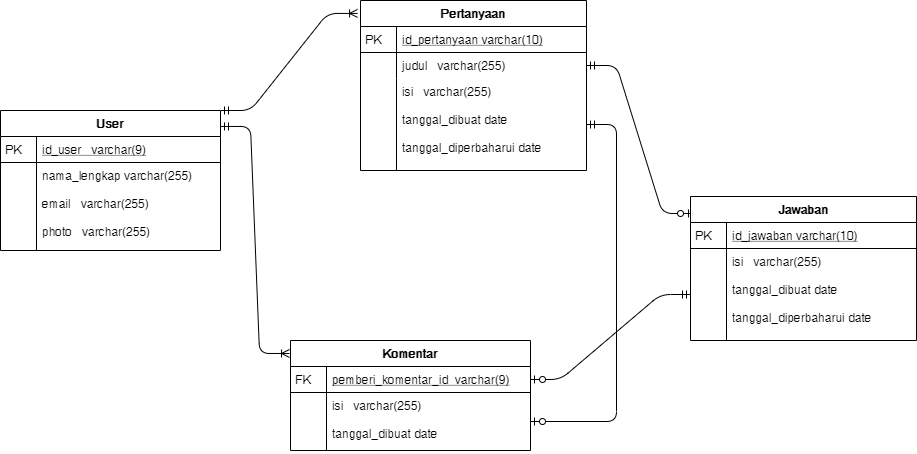
The draw.io diagram Larahub_ERD.png in XGeel/erd, before a commit. Source tidied: cells renumbered, new cells last; positions are measured from the earlier drawing's top-left corner, leaving out a move shared by most shapes. The source it was exported from:
```xml
<mxGraphModel>
  <root>
    <mxCell id="0" />
    <mxCell id="1" parent="0" />
    <mxCell id="2" style="edgeStyle=entityRelationEdgeStyle;fontSize=12;html=1;endArrow=ERoneToMany;startArrow=ERmandOne;entryX=-0.004;entryY=0.118;entryDx=0;entryDy=0;entryPerimeter=0;exitX=1;exitY=0.114;exitDx=0;exitDy=0;exitPerimeter=0;" parent="1" edge="1" source="5" target="10">
      <mxGeometry relative="1" as="geometry" />
    </mxCell>
    <mxCell id="3" style="edgeStyle=entityRelationEdgeStyle;fontSize=12;html=1;endArrow=ERoneToMany;startArrow=ERmandOne;exitX=1;exitY=0;exitDx=0;exitDy=0;entryX=-0.013;entryY=0.076;entryDx=0;entryDy=0;entryPerimeter=0;" parent="1" edge="1" source="5" target="17">
      <mxGeometry relative="1" as="geometry" />
    </mxCell>
    <mxCell id="4" style="edgeStyle=entityRelationEdgeStyle;fontSize=12;html=1;endArrow=ERzeroToOne;startArrow=ERmandOne;exitX=1;exitY=0.5;exitDx=0;exitDy=0;entryX=0.009;entryY=0.118;entryDx=0;entryDy=0;entryPerimeter=0;" parent="1" edge="1" source="20" target="24">
      <mxGeometry relative="1" as="geometry" />
    </mxCell>
    <mxCell id="5" value="User" style="swimlane;fontStyle=1;horizontal=1;startSize=26;rounded=0;shadow=0;strokeWidth=1;" parent="1" vertex="1">
      <mxGeometry y="110" width="220" height="140" as="geometry" />
    </mxCell>
    <mxCell id="6" value="id_user   varchar(9)" style="shape=partialRectangle;top=0;left=0;right=0;bottom=1;align=left;verticalAlign=top;fillColor=none;spacingLeft=40;spacingRight=4;overflow=hidden;points=[[0,0.5],[1,0.5]];portConstraint=eastwest;rounded=0;shadow=0;strokeWidth=1;fontStyle=4;" parent="5" vertex="1">
      <mxGeometry y="26" width="220" height="26" as="geometry" />
    </mxCell>
    <mxCell id="7" value="PK" style="shape=partialRectangle;top=0;left=0;bottom=0;fillColor=none;align=left;verticalAlign=top;spacingLeft=4;spacingRight=4;overflow=hidden;" parent="6" vertex="1">
      <mxGeometry width="36" height="26" as="geometry" />
    </mxCell>
    <mxCell id="8" value="nama_lengkap varchar(255)&#10;&#10;email   varchar(255)&#10;&#10;photo   varchar(255)&#10;" style="shape=partialRectangle;top=0;left=0;right=0;bottom=0;align=left;verticalAlign=top;fillColor=none;spacingLeft=40;spacingRight=4;overflow=hidden;rounded=0;shadow=0;strokeWidth=1;" parent="5" vertex="1">
      <mxGeometry y="52" width="220" height="88" as="geometry" />
    </mxCell>
    <mxCell id="9" style="shape=partialRectangle;top=0;left=0;bottom=0;fillColor=none;align=left;verticalAlign=top;spacingLeft=4;spacingRight=4;overflow=hidden;" parent="8" vertex="1">
      <mxGeometry width="36" height="88" as="geometry" />
    </mxCell>
    <mxCell id="10" value="Komentar" style="swimlane;fontStyle=1;horizontal=1;startSize=26;rounded=0;shadow=0;strokeWidth=1;" parent="1" vertex="1">
      <mxGeometry x="290" y="340" width="240" height="110" as="geometry" />
    </mxCell>
    <mxCell id="11" value="pemberi_komentar_id  varchar(9)" style="shape=partialRectangle;top=0;left=0;right=0;bottom=1;align=left;verticalAlign=top;fillColor=none;spacingLeft=40;spacingRight=4;overflow=hidden;points=[[0,0.5],[1,0.5]];portConstraint=eastwest;rounded=0;shadow=0;strokeWidth=1;fontStyle=4;" parent="10" vertex="1">
      <mxGeometry y="26" width="240" height="26" as="geometry" />
    </mxCell>
    <mxCell id="12" value="FK" style="shape=partialRectangle;top=0;left=0;bottom=0;fillColor=none;align=left;verticalAlign=top;spacingLeft=4;spacingRight=4;overflow=hidden;" parent="11" vertex="1">
      <mxGeometry width="36" height="26" as="geometry" />
    </mxCell>
    <mxCell id="13" value="isi   varchar(255)&#10;&#10;tanggal_dibuat date" style="shape=partialRectangle;top=0;left=0;right=0;bottom=0;align=left;verticalAlign=top;fillColor=none;spacingLeft=40;spacingRight=4;overflow=hidden;points=[[0,0.5],[1,0.5]];portConstraint=eastwest;rounded=0;shadow=0;strokeWidth=1;" parent="10" vertex="1">
      <mxGeometry y="52" width="240" height="58" as="geometry" />
    </mxCell>
    <mxCell id="14" style="shape=partialRectangle;top=0;left=0;bottom=0;fillColor=none;align=left;verticalAlign=top;spacingLeft=4;spacingRight=4;overflow=hidden;" parent="13" vertex="1">
      <mxGeometry width="36" height="58" as="geometry" />
    </mxCell>
    <mxCell id="15" style="edgeStyle=entityRelationEdgeStyle;fontSize=12;html=1;endArrow=ERzeroToOne;startArrow=ERmandOne;" parent="1" edge="1" source="27" target="11">
      <mxGeometry relative="1" as="geometry" />
    </mxCell>
    <mxCell id="16" style="edgeStyle=entityRelationEdgeStyle;fontSize=12;html=1;endArrow=ERzeroToOne;startArrow=ERmandOne;exitX=1;exitY=0.5;exitDx=0;exitDy=0;jumpStyle=none;rounded=1;" parent="1" edge="1" source="22" target="13">
      <mxGeometry relative="1" as="geometry" />
    </mxCell>
    <mxCell id="17" value="Pertanyaan" style="swimlane;fontStyle=1;horizontal=1;startSize=26;rounded=0;shadow=0;strokeWidth=1;" parent="1" vertex="1">
      <mxGeometry x="360" width="226" height="170" as="geometry" />
    </mxCell>
    <mxCell id="18" value="id_pertanyaan varchar(10)" style="shape=partialRectangle;top=0;left=0;right=0;bottom=1;align=left;verticalAlign=top;fillColor=none;spacingLeft=40;spacingRight=4;overflow=hidden;rounded=0;shadow=0;strokeWidth=1;fontStyle=4;" parent="17" vertex="1">
      <mxGeometry y="26" width="226" height="26" as="geometry" />
    </mxCell>
    <mxCell id="19" value="PK" style="shape=partialRectangle;top=0;left=0;bottom=0;fillColor=none;align=left;verticalAlign=top;spacingLeft=4;spacingRight=4;overflow=hidden;" parent="18" vertex="1">
      <mxGeometry width="36" height="26" as="geometry" />
    </mxCell>
    <mxCell id="20" value="judul   varchar(255)" style="shape=partialRectangle;top=0;left=0;right=0;bottom=0;align=left;verticalAlign=top;fillColor=none;spacingLeft=40;spacingRight=4;overflow=hidden;points=[[0,0.5],[1,0.5]];portConstraint=eastwest;rounded=0;shadow=0;strokeWidth=1;" parent="17" vertex="1">
      <mxGeometry y="52" width="226" height="26" as="geometry" />
    </mxCell>
    <mxCell id="21" style="shape=partialRectangle;top=0;left=0;bottom=0;fillColor=none;align=left;verticalAlign=top;spacingLeft=4;spacingRight=4;overflow=hidden;" parent="20" vertex="1">
      <mxGeometry width="36" height="26" as="geometry" />
    </mxCell>
    <mxCell id="22" value="isi   varchar(255)&#10;&#10;tanggal_dibuat date&#10;&#10;tanggal_diperbaharui date" style="shape=partialRectangle;top=0;left=0;right=0;bottom=0;align=left;verticalAlign=top;fillColor=none;spacingLeft=40;spacingRight=4;overflow=hidden;points=[[0,0.5],[1,0.5]];portConstraint=eastwest;rounded=0;shadow=0;strokeWidth=1;" parent="17" vertex="1">
      <mxGeometry y="78" width="226" height="92" as="geometry" />
    </mxCell>
    <mxCell id="23" style="shape=partialRectangle;top=0;left=0;bottom=0;fillColor=none;align=left;verticalAlign=top;spacingLeft=4;spacingRight=4;overflow=hidden;" parent="22" vertex="1">
      <mxGeometry width="36" height="92" as="geometry" />
    </mxCell>
    <mxCell id="24" value="Jawaban" style="swimlane;fontStyle=1;horizontal=1;startSize=26;rounded=0;shadow=0;strokeWidth=1;" parent="1" vertex="1">
      <mxGeometry x="690" y="196" width="226" height="144" as="geometry" />
    </mxCell>
    <mxCell id="25" value="id_jawaban varchar(10)" style="shape=partialRectangle;top=0;left=0;right=0;bottom=1;align=left;verticalAlign=top;fillColor=none;spacingLeft=40;spacingRight=4;overflow=hidden;points=[[0,0.5],[1,0.5]];portConstraint=eastwest;rounded=0;shadow=0;strokeWidth=1;fontStyle=4;" parent="24" vertex="1">
      <mxGeometry y="26" width="226" height="26" as="geometry" />
    </mxCell>
    <mxCell id="26" value="PK" style="shape=partialRectangle;top=0;left=0;bottom=0;fillColor=none;align=left;verticalAlign=top;spacingLeft=4;spacingRight=4;overflow=hidden;" parent="25" vertex="1">
      <mxGeometry width="36" height="26" as="geometry" />
    </mxCell>
    <mxCell id="27" value="isi   varchar(255)&#10;&#10;tanggal_dibuat date&#10;&#10;tanggal_diperbaharui date" style="shape=partialRectangle;top=0;left=0;right=0;bottom=0;align=left;verticalAlign=top;fillColor=none;spacingLeft=40;spacingRight=4;overflow=hidden;points=[[0,0.5],[1,0.5]];portConstraint=eastwest;rounded=0;shadow=0;strokeWidth=1;" parent="24" vertex="1">
      <mxGeometry y="52" width="226" height="92" as="geometry" />
    </mxCell>
    <mxCell id="28" style="shape=partialRectangle;top=0;left=0;bottom=0;fillColor=none;align=left;verticalAlign=top;spacingLeft=4;spacingRight=4;overflow=hidden;" parent="27" vertex="1">
      <mxGeometry width="36" height="92" as="geometry" />
    </mxCell>
  </root>
</mxGraphModel>
```
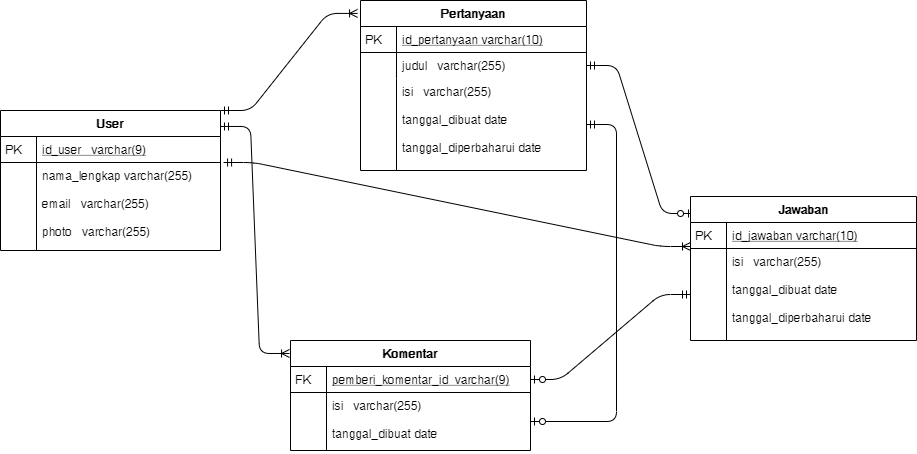
The same file after the commit.

Commit message:
Fix Relation User ke Jawaban

What changed in the source:
```diff
@@ -83,5 +83,8 @@
     <mxCell id="28" style="shape=partialRectangle;top=0;left=0;bottom=0;fillColor=none;align=left;verticalAlign=top;spacingLeft=4;spacingRight=4;overflow=hidden;" parent="27" vertex="1">
       <mxGeometry width="36" height="92" as="geometry" />
     </mxCell>
+    <mxCell id="29" style="edgeStyle=entityRelationEdgeStyle;fontSize=12;html=1;endArrow=ERoneToMany;startArrow=ERmandOne;entryX=0;entryY=0.923;entryDx=0;entryDy=0;entryPerimeter=0;exitX=1.014;exitY=1;exitDx=0;exitDy=0;exitPerimeter=0;" parent="1" edge="1" source="6" target="25">
+      <mxGeometry relative="1" as="geometry" />
+    </mxCell>
   </root>
 </mxGraphModel>
```
